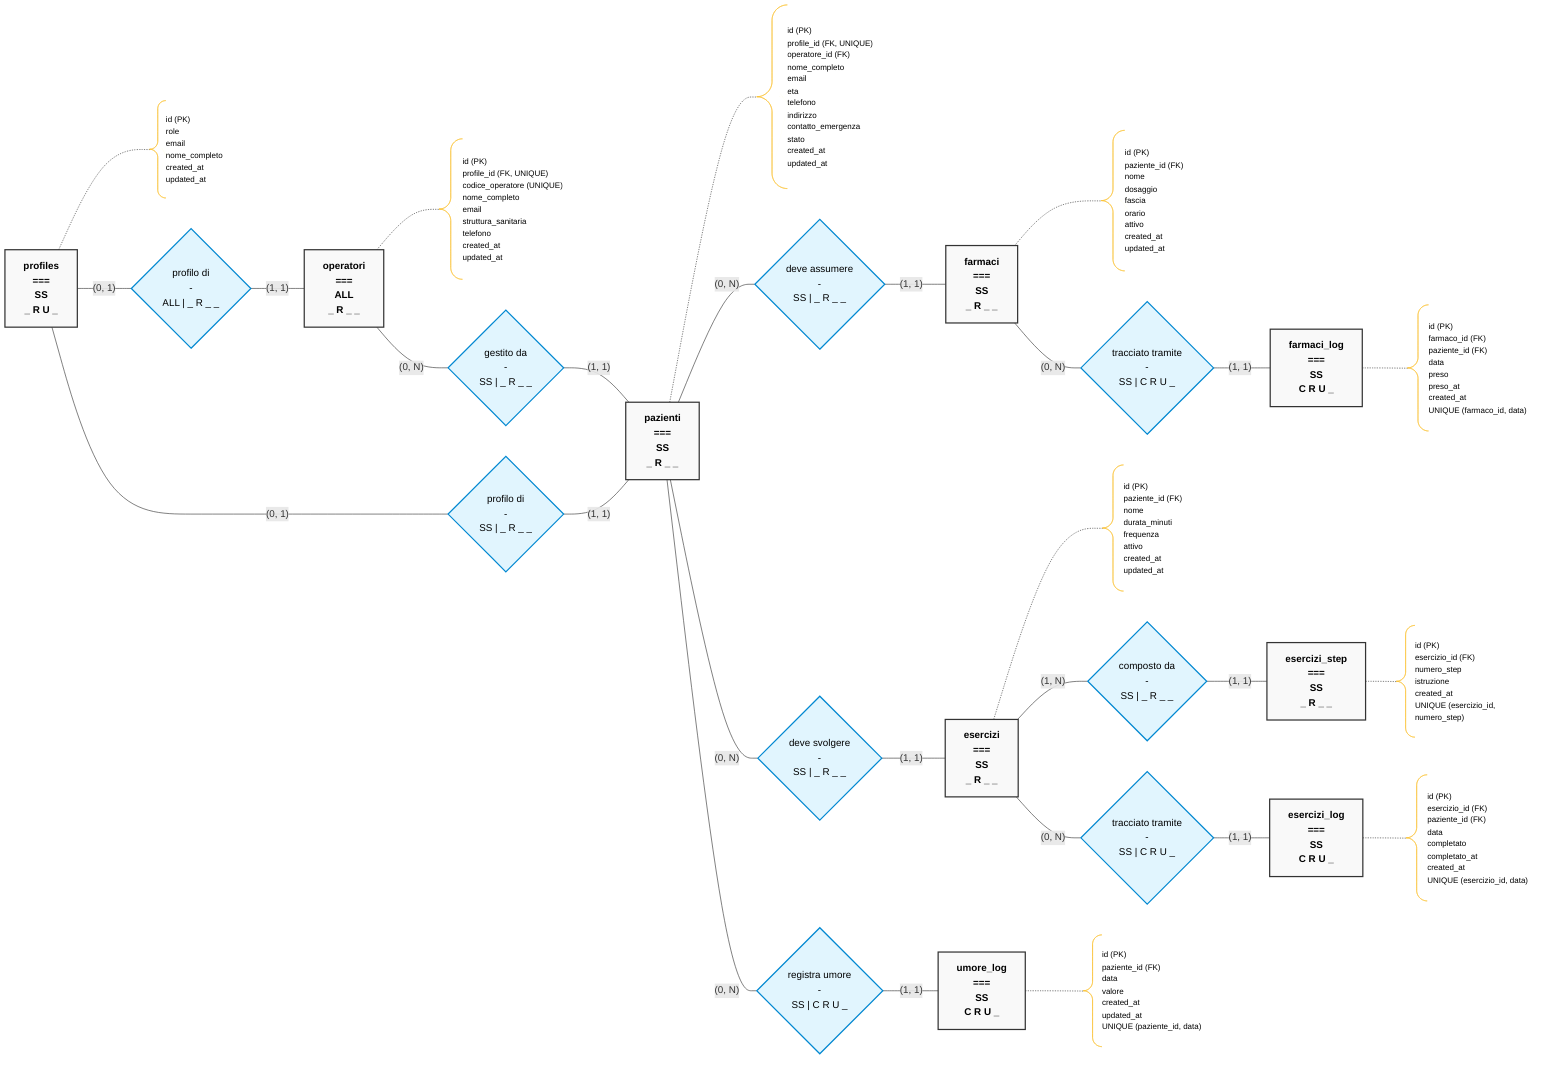
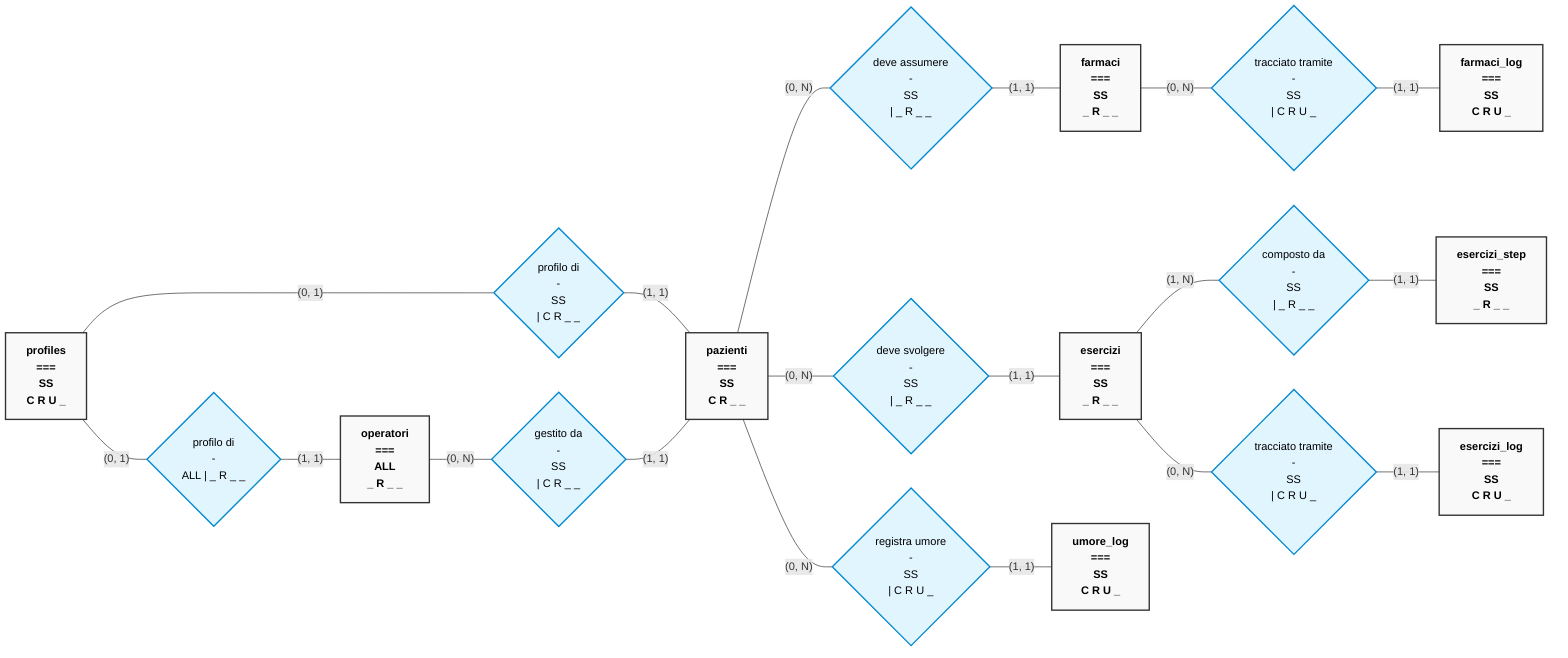
flowchart LR
    %% --- Stili ---
    classDef entity fill:#f9f9f9,stroke:#333,stroke-width:2px,font-weight:bold,color:#000,text-align:center
    classDef relation fill:#e1f5fe,stroke:#0288d1,stroke-width:2px,color:#000,text-align:center
    classDef note fill:#fff9c4,stroke:#fbc02d,stroke-width:1px,color:#000,text-align:left,font-size:13px

    %% Legenda interna:
    %% SS = stesso soggetto / dati propri
    %% ALL = dati leggibili da tutti gli utenti previsti dalla policy
    %% CRUD = Create Read Update Delete, con "_" quando l'azione non e' consentita

    %% --- Entita' con matrice RLS per Paziente ---

-     E_Prof["profiles<br>===<br>SS<br>_ R U _"]:::entity
-     A_Prof["id (PK)<br>role<br>email<br>nome_completo<br>created_at<br>updated_at"]:::note
-     A_Prof@{ shape: comment }
-     E_Prof -.- A_Prof
- 
+     E_Prof["profiles<br>===<br>SS<br>C R U _"]:::entity
    E_Op["operatori<br>===<br>ALL<br>_ R _ _"]:::entity
-     A_Op["id (PK)<br>profile_id (FK, UNIQUE)<br>codice_operatore (UNIQUE)<br>nome_completo<br>email<br>struttura_sanitaria<br>telefono<br>created_at<br>updated_at"]:::note
-     A_Op@{ shape: comment }
-     E_Op -.- A_Op
- 
-     E_Paz["pazienti<br>===<br>SS<br>_ R _ _"]:::entity
-     A_Paz["id (PK)<br>profile_id (FK, UNIQUE)<br>operatore_id (FK)<br>nome_completo<br>email<br>eta<br>telefono<br>indirizzo<br>contatto_emergenza<br>stato<br>created_at<br>updated_at"]:::note
-     A_Paz@{ shape: comment }
-     E_Paz -.- A_Paz
- 
+     E_Paz["pazienti<br>===<br>SS<br>C R _ _"]:::entity
    E_Far["farmaci<br>===<br>SS<br>_ R _ _"]:::entity
-     A_Far["id (PK)<br>paziente_id (FK)<br>nome<br>dosaggio<br>fascia<br>orario<br>attivo<br>created_at<br>updated_at"]:::note
-     A_Far@{ shape: comment }
-     E_Far -.- A_Far
- 
    E_FarLog["farmaci_log<br>===<br>SS<br>C R U _"]:::entity
-     A_FarLog["id (PK)<br>farmaco_id (FK)<br>paziente_id (FK)<br>data<br>preso<br>preso_at<br>created_at<br>UNIQUE (farmaco_id, data)"]:::note
-     A_FarLog@{ shape: comment }
-     E_FarLog -.- A_FarLog
- 
    E_Es["esercizi<br>===<br>SS<br>_ R _ _"]:::entity
-     A_Es["id (PK)<br>paziente_id (FK)<br>nome<br>durata_minuti<br>frequenza<br>attivo<br>created_at<br>updated_at"]:::note
-     A_Es@{ shape: comment }
-     E_Es -.- A_Es
- 
    E_EsStep["esercizi_step<br>===<br>SS<br>_ R _ _"]:::entity
-     A_EsStep["id (PK)<br>esercizio_id (FK)<br>numero_step<br>istruzione<br>created_at<br>UNIQUE (esercizio_id, numero_step)"]:::note
-     A_EsStep@{ shape: comment }
-     E_EsStep -.- A_EsStep
- 
    E_EsLog["esercizi_log<br>===<br>SS<br>C R U _"]:::entity
-     A_EsLog["id (PK)<br>esercizio_id (FK)<br>paziente_id (FK)<br>data<br>completato<br>completato_at<br>created_at<br>UNIQUE (esercizio_id, data)"]:::note
-     A_EsLog@{ shape: comment }
-     E_EsLog -.- A_EsLog
- 
    E_UmLog["umore_log<br>===<br>SS<br>C R U _"]:::entity
-     A_UmLog["id (PK)<br>paziente_id (FK)<br>data<br>valore<br>created_at<br>updated_at<br>UNIQUE (paziente_id, data)"]:::note
-     A_UmLog@{ shape: comment }
-     E_UmLog -.- A_UmLog
- 
    %% --- Relazioni con visibilita' Paziente ---

    R_ProfOp{"profilo di<br>-<br>ALL | _ R _ _"}:::relation
-     R_ProfPaz{"profilo di<br>-<br>SS | _ R _ _"}:::relation
-     R_OpPaz{"gestito da<br>-<br>SS | _ R _ _"}:::relation
+     R_ProfPaz{"profilo di<br>-<br>SS<br>| C R _ _"}:::relation
+     R_OpPaz{"gestito da<br>-<br>SS<br>| C R _ _"}:::relation

-     R_PazFar{"deve assumere<br>-<br>SS | _ R _ _"}:::relation
-     R_FarLog{"tracciato tramite<br>-<br>SS | C R U _"}:::relation
+     R_PazFar{"deve assumere<br>-<br>SS<br>| _ R _ _"}:::relation
+     R_FarLog{"tracciato tramite<br>-<br>SS<br>| C R U _"}:::relation

-     R_PazEs{"deve svolgere<br>-<br>SS | _ R _ _"}:::relation
-     R_EsStep{"composto da<br>-<br>SS | _ R _ _"}:::relation
-     R_EsLog{"tracciato tramite<br>-<br>SS | C R U _"}:::relation
+     R_PazEs{"deve svolgere<br>-<br>SS<br>| _ R _ _"}:::relation
+     R_EsStep{"composto da<br>-<br>SS<br>| _ R _ _"}:::relation
+     R_EsLog{"tracciato tramite<br>-<br>SS<br>| C R U _"}:::relation

-     R_PazUm{"registra umore<br>-<br>SS | C R U _"}:::relation
+     R_PazUm{"registra umore<br>-<br>SS<br>| C R U _"}:::relation

    %% --- Collegamenti strutturali con cardinalita' ---

    E_Prof ---|"(0, 1)"| R_ProfOp ---|"(1, 1)"| E_Op
    E_Prof ---|"(0, 1)"| R_ProfPaz ---|"(1, 1)"| E_Paz
    E_Op ---|"(0, N)"| R_OpPaz ---|"(1, 1)"| E_Paz

    E_Paz ---|"(0, N)"| R_PazFar ---|"(1, 1)"| E_Far
    E_Far ---|"(0, N)"| R_FarLog ---|"(1, 1)"| E_FarLog

    E_Paz ---|"(0, N)"| R_PazEs ---|"(1, 1)"| E_Es
    E_Es ---|"(1, N)"| R_EsStep ---|"(1, 1)"| E_EsStep
    E_Es ---|"(0, N)"| R_EsLog ---|"(1, 1)"| E_EsLog

    E_Paz ---|"(0, N)"| R_PazUm ---|"(1, 1)"| E_UmLog
